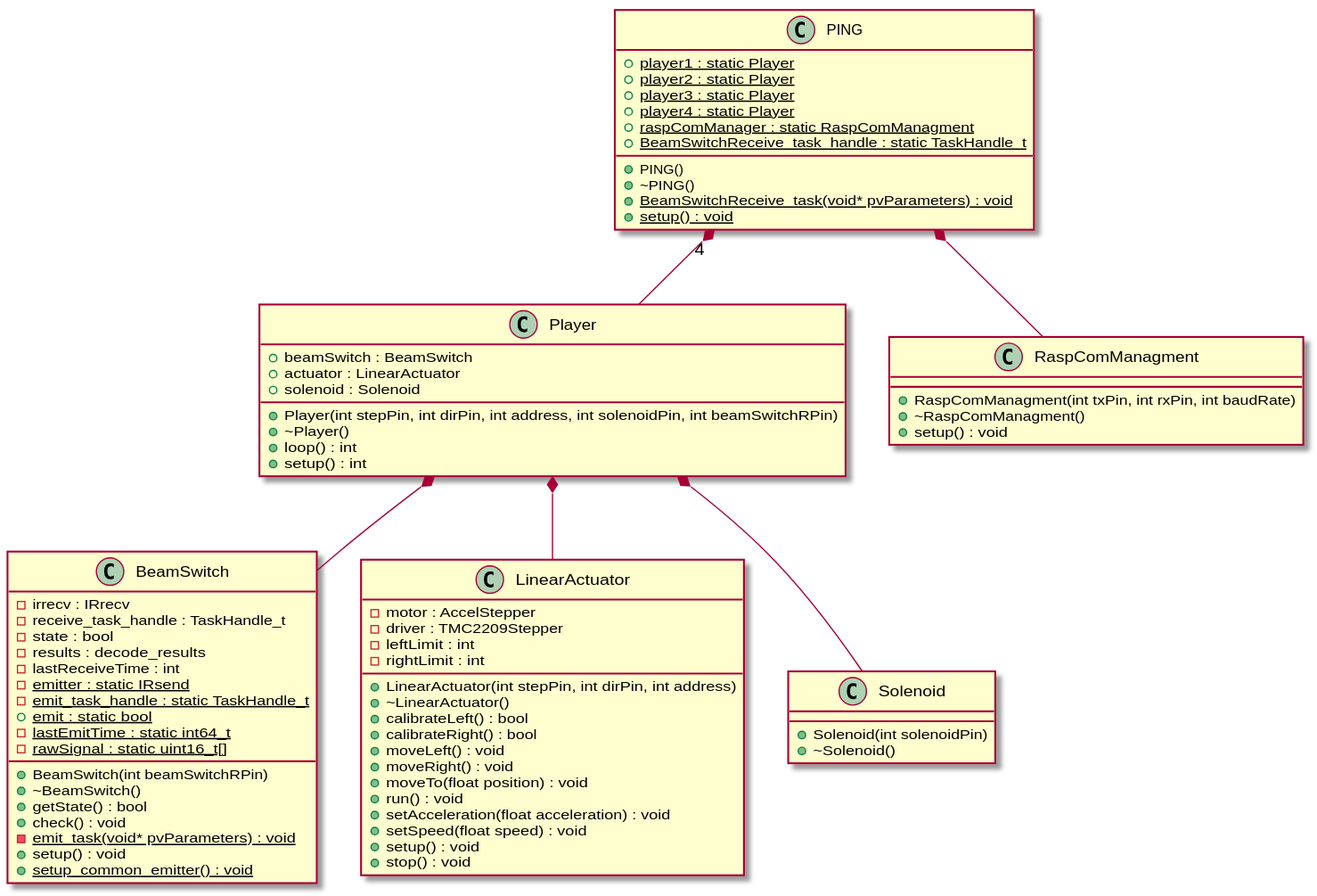
Above: docs/esp32.svg in tonysoux/PING22 (PlantUML), before the change.
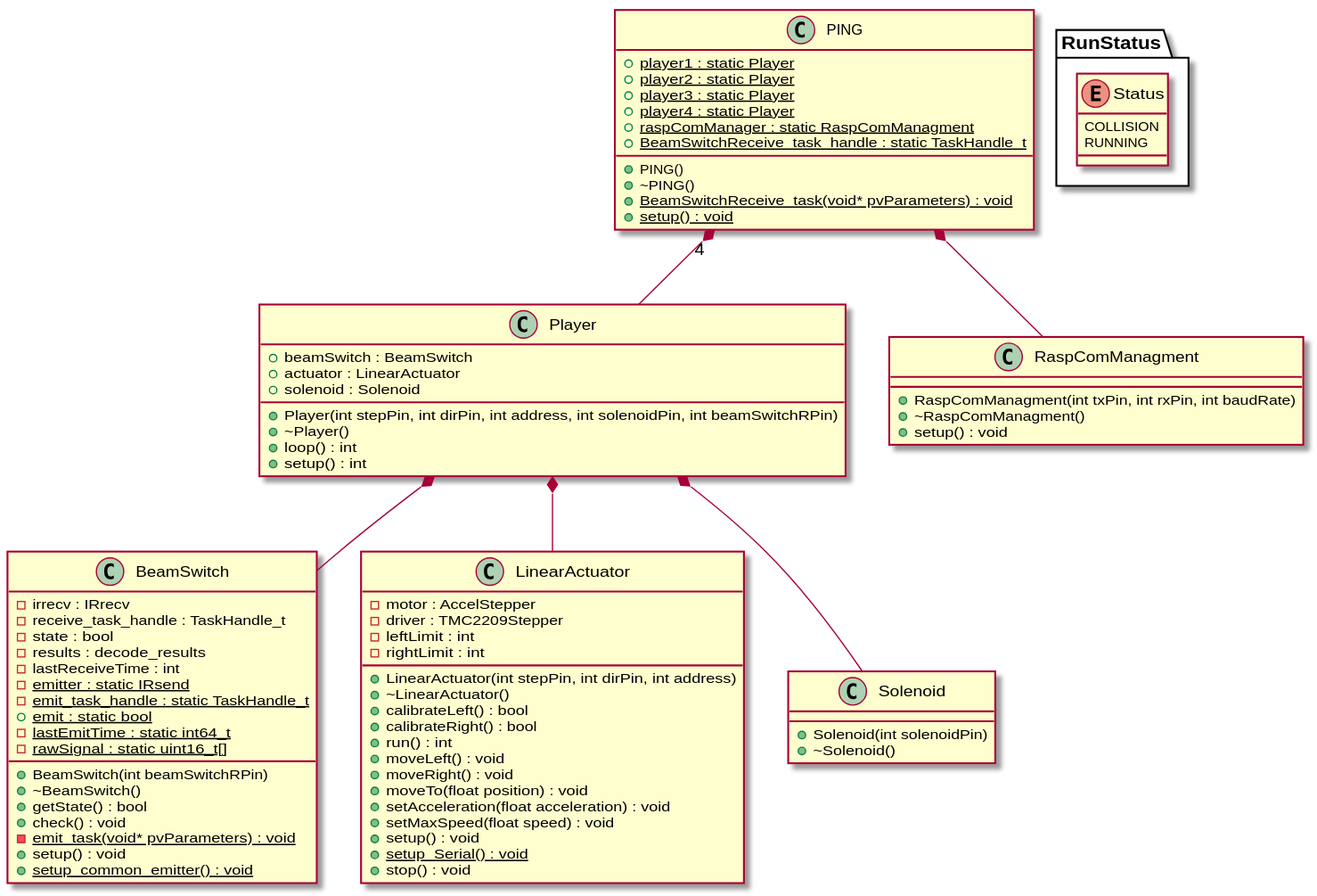
After the commit.

Commit message:
Updated UML diagram

Change to the diagram source:
```diff
@@ -35,13 +35,14 @@
 	+calibrateRight() : bool
 	-leftLimit : int
 	-rightLimit : int
+	+run() : int
 	+moveLeft() : void
 	+moveRight() : void
 	+moveTo(float position) : void
-	+run() : void
 	+setAcceleration(float acceleration) : void
-	+setSpeed(float speed) : void
+	+setMaxSpeed(float speed) : void
 	+setup() : void
+	+{static} setup_Serial() : void
 	+stop() : void
 }
 
@@ -84,6 +85,14 @@
 }
 
 
+namespace RunStatus {
+	enum Status {
+		COLLISION
+		RUNNING
+	}
+}
+
+
 
 
 
```
